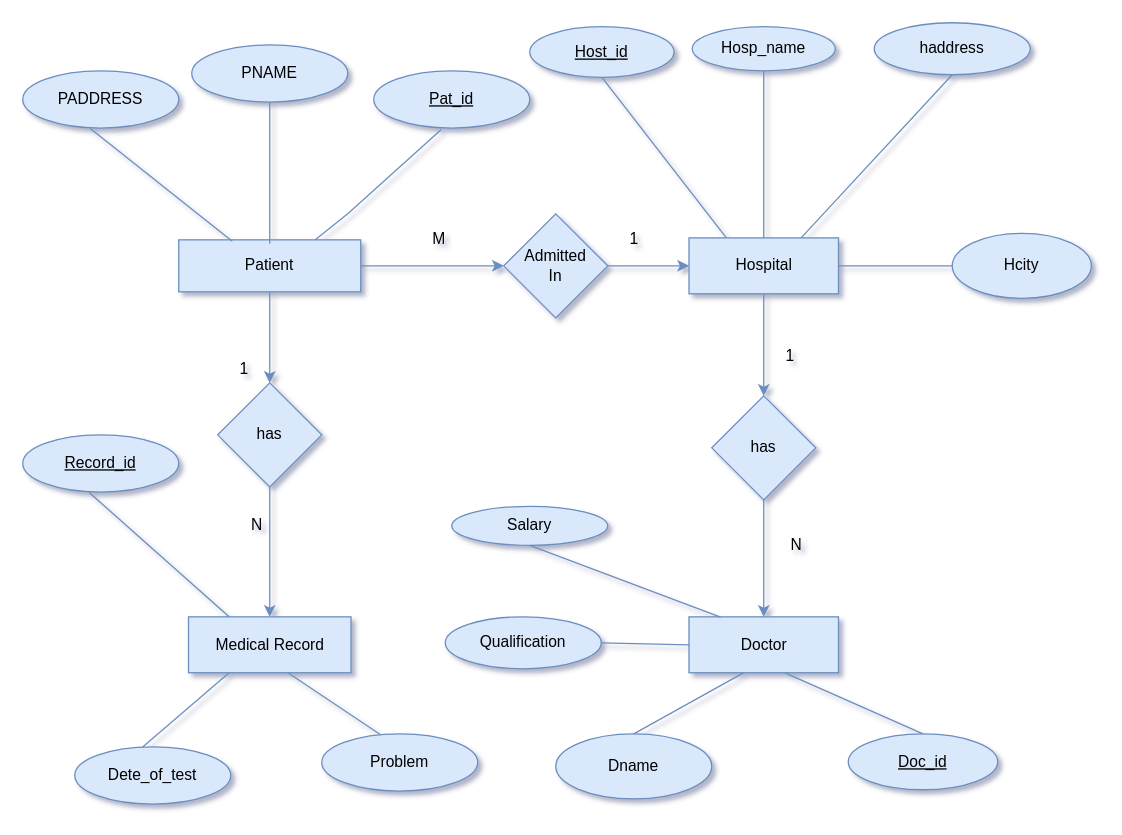
Above: Untitled Diagram.drawio in jitendra653/SQLERDIGRAM (draw.io), before the change. Source tidied: cells renumbered, new cells numbered last; positions are measured from the earlier drawing's top-left corner, leaving out a move shared by most shapes. Both pictures are drawn from the tidied source at 130%, with x=0, y=0 at pixel (22, 22).
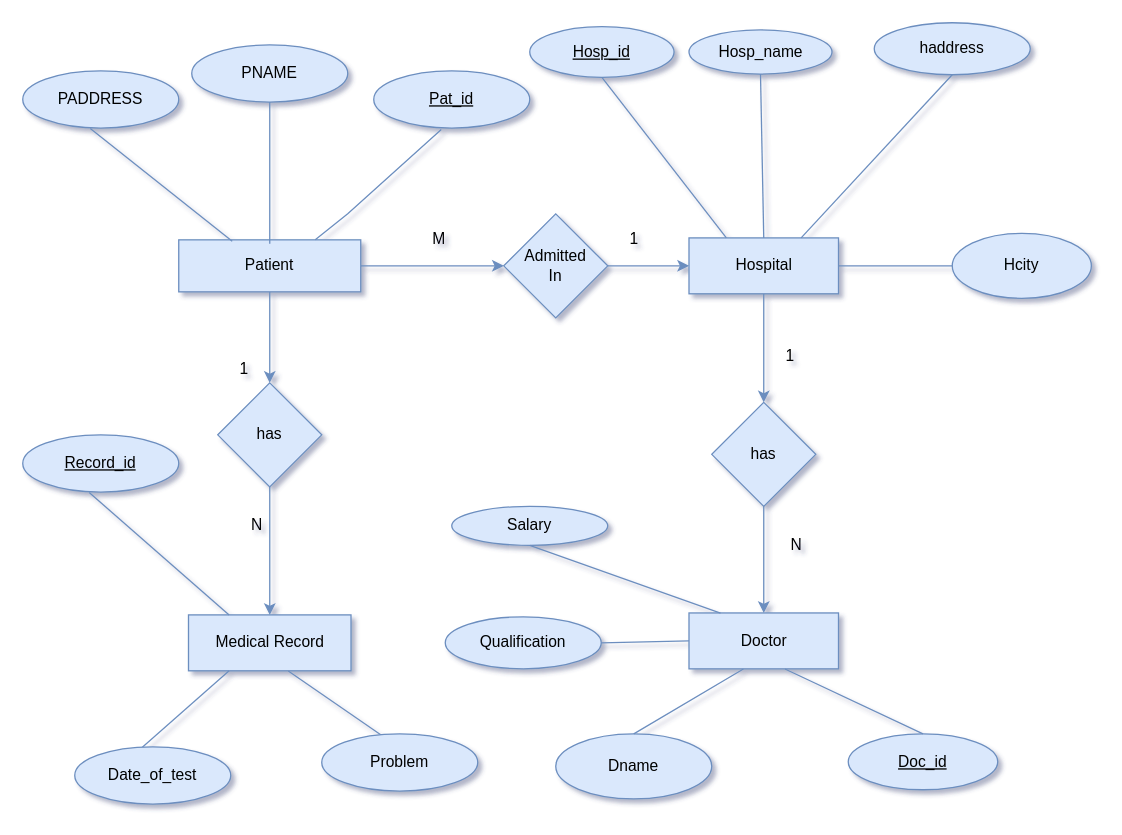
Above is the later version.

What changed in the source:
```diff
@@
     <mxCell id="13" value="Medical Record" style="whiteSpace=wrap;html=1;fillColor=#dae8fc;strokeColor=#6c8ebf;" parent="1" vertex="1">
-      <mxGeometry x="127.5" y="457" width="125" height="43" as="geometry" />
+      <mxGeometry x="127.5" y="455.5" width="125" height="43" as="geometry" />
     </mxCell>
@@
-    <mxCell id="17" value="Dete_of_test" style="ellipse;whiteSpace=wrap;html=1;fillColor=#dae8fc;strokeColor=#6c8ebf;" parent="1" vertex="1">
+    <mxCell id="17" value="Date_of_test" style="ellipse;whiteSpace=wrap;html=1;fillColor=#dae8fc;strokeColor=#6c8ebf;" parent="1" vertex="1">
       <mxGeometry x="40" y="557" width="120" height="44" as="geometry" />
     </mxCell>
@@
     <mxCell id="27" value="has" style="rhombus;whiteSpace=wrap;html=1;rounded=0;fillColor=#dae8fc;strokeColor=#6c8ebf;" parent="1" vertex="1">
-      <mxGeometry x="530" y="287" width="80" height="80" as="geometry" />
+      <mxGeometry x="530" y="292" width="80" height="80" as="geometry" />
     </mxCell>
     <mxCell id="28" value="Doctor" style="whiteSpace=wrap;html=1;rounded=0;fillColor=#dae8fc;strokeColor=#6c8ebf;" parent="1" vertex="1">
-      <mxGeometry x="512.5" y="457" width="115" height="43" as="geometry" />
+      <mxGeometry x="512.5" y="454" width="115" height="43" as="geometry" />
     </mxCell>
@@
     <mxCell id="31" value="Hosp_name" style="ellipse;whiteSpace=wrap;html=1;fillColor=#dae8fc;strokeColor=#6c8ebf;" parent="1" vertex="1">
-      <mxGeometry x="515" y="3" width="110" height="34" as="geometry" />
+      <mxGeometry x="512.5" y="5.5" width="110" height="34" as="geometry" />
     </mxCell>
@@
-    <mxCell id="33" value="&lt;u&gt;Host_id&lt;/u&gt;" style="ellipse;whiteSpace=wrap;html=1;fillColor=#dae8fc;strokeColor=#6c8ebf;" parent="1" vertex="1">
+    <mxCell id="33" value="&lt;u&gt;Hosp_id&lt;/u&gt;" style="ellipse;whiteSpace=wrap;html=1;fillColor=#dae8fc;strokeColor=#6c8ebf;" parent="1" vertex="1">
       <mxGeometry x="390" y="3" width="111" height="39" as="geometry" />
     </mxCell>
```
